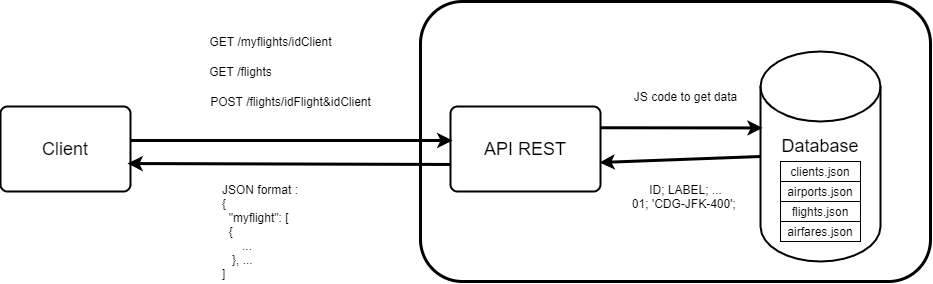
Earlier version of the draw.io export si3-DDistrib/projet/assets/schema_architecture.png (dezoxyr/tp-architecture). Source tidied: cells renumbered, new cells last; positions are measured from the earlier drawing's top-left corner, leaving out a move shared by most shapes. Its diagram source:
```xml
<mxGraphModel>
  <root>
    <mxCell id="0" />
    <mxCell id="1" parent="0" />
    <mxCell id="2" style="rounded=1;whiteSpace=wrap;html=1;fillColor=none;strokeWidth=3;" parent="1" vertex="1">
      <mxGeometry x="420" width="510" height="280" as="geometry" />
    </mxCell>
    <mxCell id="3" value="&lt;font style=&quot;font-size: 18px&quot;&gt;Database&lt;br&gt;&lt;br&gt;&lt;/font&gt;" style="strokeWidth=2;html=1;shape=mxgraph.flowchart.database;whiteSpace=wrap;" parent="1" vertex="1">
      <mxGeometry x="760" y="50" width="120" height="210" as="geometry" />
    </mxCell>
    <mxCell id="4" value="&lt;font style=&quot;font-size: 18px&quot;&gt;API REST&lt;/font&gt;" style="rounded=1;whiteSpace=wrap;html=1;absoluteArcSize=1;arcSize=14;strokeWidth=2;" parent="1" vertex="1">
      <mxGeometry x="450" y="105" width="150" height="85" as="geometry" />
    </mxCell>
    <mxCell id="5" value="&lt;font style=&quot;font-size: 18px&quot;&gt;Client&lt;/font&gt;" style="rounded=1;whiteSpace=wrap;html=1;absoluteArcSize=1;arcSize=14;strokeWidth=2;" parent="1" vertex="1">
      <mxGeometry y="105" width="130" height="85" as="geometry" />
    </mxCell>
    <mxCell id="6" style="endArrow=classic;html=1;exitX=1;exitY=0.4;exitDx=0;exitDy=0;exitPerimeter=0;entryX=0.013;entryY=0.4;entryDx=0;entryDy=0;entryPerimeter=0;strokeWidth=3;" parent="1" edge="1" source="5" target="4">
      <mxGeometry relative="1" as="geometry" />
    </mxCell>
    <mxCell id="7" style="endArrow=classic;html=1;strokeWidth=3;entryX=0.018;entryY=0.364;entryDx=0;entryDy=0;entryPerimeter=0;exitX=1;exitY=0.25;exitDx=0;exitDy=0;" parent="1" edge="1" source="4" target="3">
      <mxGeometry relative="1" as="geometry" />
    </mxCell>
    <mxCell id="8" style="endArrow=classic;html=1;strokeWidth=3;entryX=0.993;entryY=0.659;entryDx=0;entryDy=0;entryPerimeter=0;exitX=0;exitY=0.5;exitDx=0;exitDy=0;exitPerimeter=0;" parent="1" edge="1" source="3" target="4">
      <mxGeometry relative="1" as="geometry" />
    </mxCell>
    <mxCell id="9" style="endArrow=classic;html=1;strokeWidth=3;entryX=0.977;entryY=0.671;entryDx=0;entryDy=0;entryPerimeter=0;exitX=0;exitY=0.682;exitDx=0;exitDy=0;exitPerimeter=0;" parent="1" edge="1" source="4" target="5">
      <mxGeometry relative="1" as="geometry" />
    </mxCell>
    <mxCell id="10" value="GET /myflights/idClient" style="text;html=1;align=center;verticalAlign=middle;" parent="1" vertex="1">
      <mxGeometry x="200" y="30" width="140" height="20" as="geometry" />
    </mxCell>
    <mxCell id="11" value="GET /flights" style="text;html=1;align=center;verticalAlign=middle;" parent="1" vertex="1">
      <mxGeometry x="200" y="60" width="80" height="20" as="geometry" />
    </mxCell>
    <mxCell id="12" value="POST /flights/idFlight&amp;amp;idClient" style="text;html=1;align=center;verticalAlign=middle;" parent="1" vertex="1">
      <mxGeometry x="200" y="90" width="180" height="20" as="geometry" />
    </mxCell>
    <mxCell id="13" value="JSON format :&lt;br&gt;{&lt;br&gt;&amp;nbsp; &quot;myflight&quot;: [&lt;br&gt;&amp;nbsp; {&lt;br&gt;&amp;nbsp; &amp;nbsp; &amp;nbsp; ...&lt;br&gt;&amp;nbsp; &amp;nbsp;}, ...&lt;br&gt;]" style="text;html=1;align=left;verticalAlign=middle;" parent="1" vertex="1">
      <mxGeometry x="220" y="180" width="90" height="100" as="geometry" />
    </mxCell>
    <mxCell id="14" value="JS code to get data" style="text;html=1;align=center;verticalAlign=middle;" parent="1" vertex="1">
      <mxGeometry x="625" y="85" width="120" height="20" as="geometry" />
    </mxCell>
    <mxCell id="15" value="ID; LABEL; ...&lt;br&gt;01; 'CDG-JFK-400';&amp;nbsp;" style="text;html=1;align=center;verticalAlign=middle;" parent="1" vertex="1">
      <mxGeometry x="625" y="180" width="120" height="30" as="geometry" />
    </mxCell>
    <mxCell id="16" style="group;" parent="1" vertex="1">
      <mxGeometry x="780" y="160" width="80" height="80" as="geometry" />
    </mxCell>
    <mxCell id="17" value="clients.json" style="rounded=0;whiteSpace=wrap;html=1;" parent="16" vertex="1">
      <mxGeometry width="80" height="20" as="geometry" />
    </mxCell>
    <mxCell id="18" value="airports.json" style="rounded=0;whiteSpace=wrap;html=1;" parent="16" vertex="1">
      <mxGeometry y="20" width="80" height="20" as="geometry" />
    </mxCell>
    <mxCell id="19" value="flights.json" style="rounded=0;whiteSpace=wrap;html=1;" parent="16" vertex="1">
      <mxGeometry y="40" width="80" height="20" as="geometry" />
    </mxCell>
    <mxCell id="20" value="airfares.json" style="rounded=0;whiteSpace=wrap;html=1;" parent="16" vertex="1">
      <mxGeometry y="60" width="80" height="20" as="geometry" />
    </mxCell>
  </root>
</mxGraphModel>
```
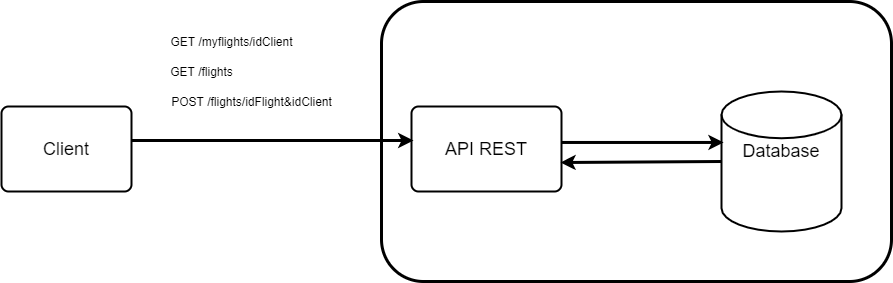
The same diagram one commit later.

The edit, as a diff of the source:
```diff
@@ -6,26 +6,23 @@
       <mxGeometry x="420" width="510" height="280" as="geometry" />
     </mxCell>
     <mxCell id="3" value="&lt;font style=&quot;font-size: 18px&quot;&gt;Database&lt;br&gt;&lt;br&gt;&lt;/font&gt;" style="strokeWidth=2;html=1;shape=mxgraph.flowchart.database;whiteSpace=wrap;" parent="1" vertex="1">
-      <mxGeometry x="760" y="50" width="120" height="210" as="geometry" />
+      <mxGeometry x="760" y="90" width="120" height="140" as="geometry" />
     </mxCell>
     <mxCell id="4" value="&lt;font style=&quot;font-size: 18px&quot;&gt;API REST&lt;/font&gt;" style="rounded=1;whiteSpace=wrap;html=1;absoluteArcSize=1;arcSize=14;strokeWidth=2;" parent="1" vertex="1">
       <mxGeometry x="450" y="105" width="150" height="85" as="geometry" />
     </mxCell>
     <mxCell id="5" value="&lt;font style=&quot;font-size: 18px&quot;&gt;Client&lt;/font&gt;" style="rounded=1;whiteSpace=wrap;html=1;absoluteArcSize=1;arcSize=14;strokeWidth=2;" parent="1" vertex="1">
-      <mxGeometry y="105" width="130" height="85" as="geometry" />
+      <mxGeometry x="40" y="105" width="130" height="85" as="geometry" />
     </mxCell>
     <mxCell id="6" style="endArrow=classic;html=1;exitX=1;exitY=0.4;exitDx=0;exitDy=0;exitPerimeter=0;entryX=0.013;entryY=0.4;entryDx=0;entryDy=0;entryPerimeter=0;strokeWidth=3;" parent="1" edge="1" source="5" target="4">
       <mxGeometry relative="1" as="geometry" />
     </mxCell>
-    <mxCell id="7" style="endArrow=classic;html=1;strokeWidth=3;entryX=0.018;entryY=0.364;entryDx=0;entryDy=0;entryPerimeter=0;exitX=1;exitY=0.25;exitDx=0;exitDy=0;" parent="1" edge="1" source="4" target="3">
+    <mxCell id="7" style="endArrow=classic;html=1;strokeWidth=3;entryX=0.018;entryY=0.364;entryDx=0;entryDy=0;entryPerimeter=0;exitX=1;exitY=0.423;exitDx=0;exitDy=0;exitPerimeter=0;" parent="1" edge="1" source="4" target="3">
       <mxGeometry relative="1" as="geometry" />
     </mxCell>
     <mxCell id="8" style="endArrow=classic;html=1;strokeWidth=3;entryX=0.993;entryY=0.659;entryDx=0;entryDy=0;entryPerimeter=0;exitX=0;exitY=0.5;exitDx=0;exitDy=0;exitPerimeter=0;" parent="1" edge="1" source="3" target="4">
       <mxGeometry relative="1" as="geometry" />
     </mxCell>
-    <mxCell id="9" style="endArrow=classic;html=1;strokeWidth=3;entryX=0.977;entryY=0.671;entryDx=0;entryDy=0;entryPerimeter=0;exitX=0;exitY=0.682;exitDx=0;exitDy=0;exitPerimeter=0;" parent="1" edge="1" source="4" target="5">
-      <mxGeometry relative="1" as="geometry" />
-    </mxCell>
     <mxCell id="10" value="GET /myflights/idClient" style="text;html=1;align=center;verticalAlign=middle;" parent="1" vertex="1">
       <mxGeometry x="200" y="30" width="140" height="20" as="geometry" />
     </mxCell>
@@ -35,29 +32,5 @@
     <mxCell id="12" value="POST /flights/idFlight&amp;amp;idClient" style="text;html=1;align=center;verticalAlign=middle;" parent="1" vertex="1">
       <mxGeometry x="200" y="90" width="180" height="20" as="geometry" />
     </mxCell>
-    <mxCell id="13" value="JSON format :&lt;br&gt;{&lt;br&gt;&amp;nbsp; &quot;myflight&quot;: [&lt;br&gt;&amp;nbsp; {&lt;br&gt;&amp;nbsp; &amp;nbsp; &amp;nbsp; ...&lt;br&gt;&amp;nbsp; &amp;nbsp;}, ...&lt;br&gt;]" style="text;html=1;align=left;verticalAlign=middle;" parent="1" vertex="1">
-      <mxGeometry x="220" y="180" width="90" height="100" as="geometry" />
-    </mxCell>
-    <mxCell id="14" value="JS code to get data" style="text;html=1;align=center;verticalAlign=middle;" parent="1" vertex="1">
-      <mxGeometry x="625" y="85" width="120" height="20" as="geometry" />
-    </mxCell>
-    <mxCell id="15" value="ID; LABEL; ...&lt;br&gt;01; 'CDG-JFK-400';&amp;nbsp;" style="text;html=1;align=center;verticalAlign=middle;" parent="1" vertex="1">
-      <mxGeometry x="625" y="180" width="120" height="30" as="geometry" />
-    </mxCell>
-    <mxCell id="16" style="group;" parent="1" vertex="1">
-      <mxGeometry x="780" y="160" width="80" height="80" as="geometry" />
-    </mxCell>
-    <mxCell id="17" value="clients.json" style="rounded=0;whiteSpace=wrap;html=1;" parent="16" vertex="1">
-      <mxGeometry width="80" height="20" as="geometry" />
-    </mxCell>
-    <mxCell id="18" value="airports.json" style="rounded=0;whiteSpace=wrap;html=1;" parent="16" vertex="1">
-      <mxGeometry y="20" width="80" height="20" as="geometry" />
-    </mxCell>
-    <mxCell id="19" value="flights.json" style="rounded=0;whiteSpace=wrap;html=1;" parent="16" vertex="1">
-      <mxGeometry y="40" width="80" height="20" as="geometry" />
-    </mxCell>
-    <mxCell id="20" value="airfares.json" style="rounded=0;whiteSpace=wrap;html=1;" parent="16" vertex="1">
-      <mxGeometry y="60" width="80" height="20" as="geometry" />
-    </mxCell>
   </root>
 </mxGraphModel>
```
